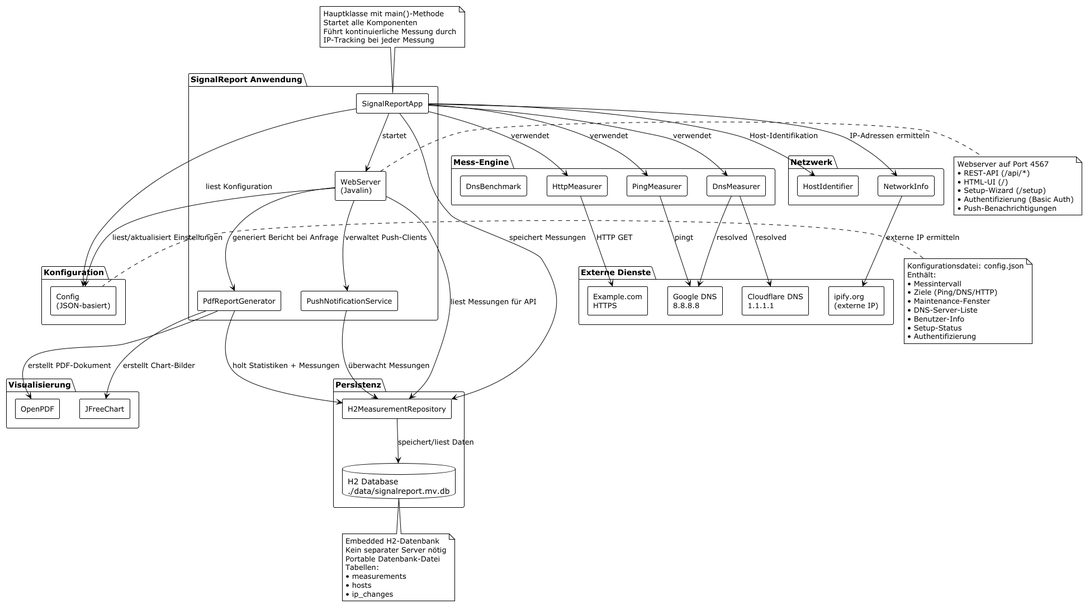
The PlantUML diagram docs/diagrams/component-diagram.png in matthili/SignalReport, before a commit. Its source is kept beside it as docs/diagrams/component-diagram.puml.
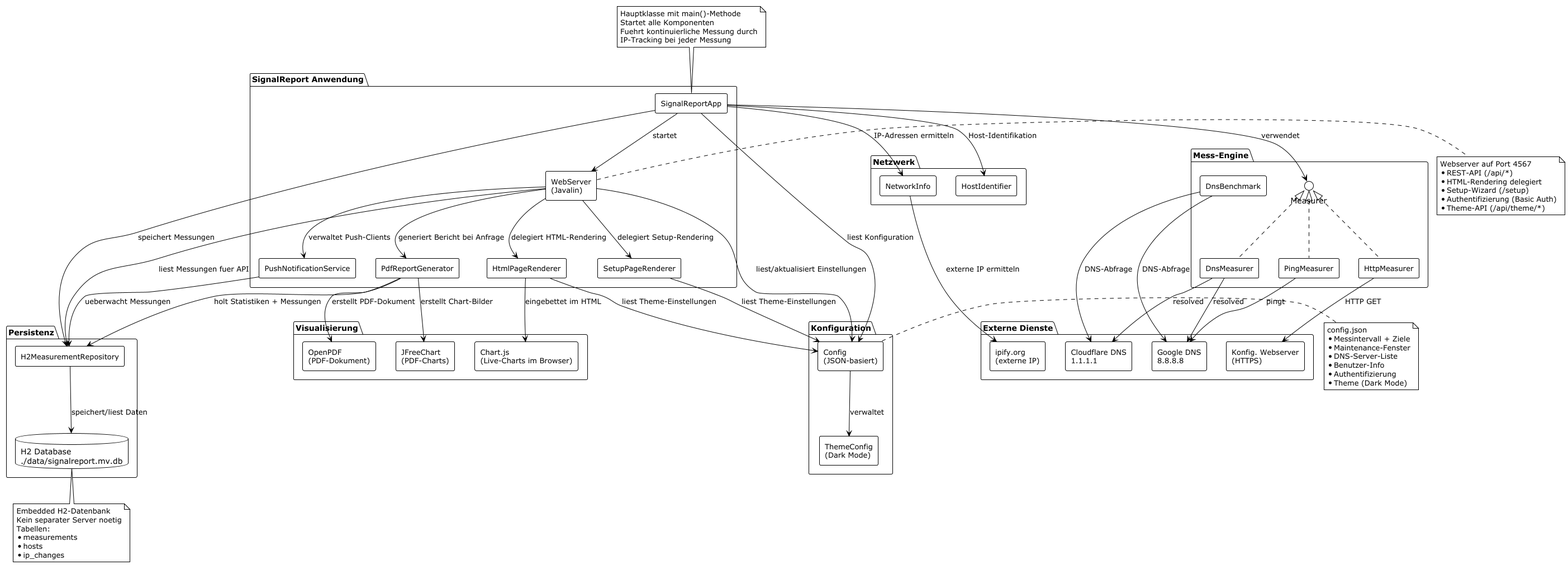
The same diagram one commit later.

What changed in the source:
```diff
@@ -6,6 +6,8 @@
 package "SignalReport Anwendung" {
   [SignalReportApp] as App
   [WebServer\n(Javalin)] as Web
+  [HtmlPageRenderer] as HtmlRenderer
+  [SetupPageRenderer] as SetupRenderer
   [PdfReportGenerator] as PDF
   [PushNotificationService] as Push
 }
@@ -15,6 +17,11 @@
   [DnsMeasurer] as DNS
   [HttpMeasurer] as HTTP
   [DnsBenchmark] as Benchmark
+
+  interface "Measurer" as IMeasurer
+  IMeasurer <|.. Ping
+  IMeasurer <|.. DNS
+  IMeasurer <|.. HTTP
 }
 
 package "Persistenz" {
@@ -24,6 +31,7 @@
 
 package "Konfiguration" {
   [Config\n(JSON-basiert)] as Config
+  [ThemeConfig\n(Dark Mode)] as Theme
 }
 
 package "Netzwerk" {
@@ -32,41 +40,50 @@
 }
 
 package "Visualisierung" {
-  [JFreeChart] as Chart
-  [OpenPDF] as OpenPDF
+  [JFreeChart\n(PDF-Charts)] as Chart
+  [OpenPDF\n(PDF-Dokument)] as OpenPDF
+  [Chart.js\n(Live-Charts im Browser)] as ChartJS
 }
 
 package "Externe Dienste" {
   [Google DNS\n8.8.8.8] as GoogleDNS
   [Cloudflare DNS\n1.1.1.1] as CloudflareDNS
-  [Example.com\nHTTPS] as Example
+  [Konfig. Webserver\n(HTTPS)] as WebTarget
   [ipify.org\n(externe IP)] as Ipify
 }
 
 App --> Web : startet
-App --> Ping : verwendet
-App --> DNS : verwendet
-App --> HTTP : verwendet
+App --> IMeasurer : verwendet
 App --> Repo : speichert Messungen
 App --> HostID : Host-Identifikation
 App --> NetInfo : IP-Adressen ermitteln
 App --> Config : liest Konfiguration
 
-Web --> Repo : liest Messungen für API
+Web --> HtmlRenderer : delegiert HTML-Rendering
+Web --> SetupRenderer : delegiert Setup-Rendering
+Web --> Repo : liest Messungen fuer API
 Web --> PDF : generiert Bericht bei Anfrage
 Web --> Push : verwaltet Push-Clients
 Web --> Config : liest/aktualisiert Einstellungen
+
+HtmlRenderer --> Config : liest Theme-Einstellungen
+HtmlRenderer --> ChartJS : eingebettet im HTML
+SetupRenderer --> Config : liest Theme-Einstellungen
+
+Config --> Theme : verwaltet
 
 PDF --> Repo : holt Statistiken + Messungen
 PDF --> Chart : erstellt Chart-Bilder
 PDF --> OpenPDF : erstellt PDF-Dokument
 
-Push --> Repo : überwacht Messungen
+Push --> Repo : ueberwacht Messungen
 
 Ping --> GoogleDNS : pingt
 DNS --> GoogleDNS : resolved
 DNS --> CloudflareDNS : resolved
-HTTP --> Example : HTTP GET
+HTTP --> WebTarget : HTTP GET
+Benchmark --> GoogleDNS : DNS-Abfrage
+Benchmark --> CloudflareDNS : DNS-Abfrage
 NetInfo --> Ipify : externe IP ermitteln
 
 Repo --> DB : speichert/liest Daten
@@ -74,38 +91,35 @@
 note top of App
   Hauptklasse mit main()-Methode
   Startet alle Komponenten
-  Führt kontinuierliche Messung durch
+  Fuehrt kontinuierliche Messung durch
   IP-Tracking bei jeder Messung
 end note
 
 note right of Web
   Webserver auf Port 4567
-  • REST-API (/api/*)
-  • HTML-UI (/)
-  • Setup-Wizard (/setup)
-  • Authentifizierung (Basic Auth)
-  • Push-Benachrichtigungen
+  * REST-API (/api/*)
+  * HTML-Rendering delegiert
+  * Setup-Wizard (/setup)
+  * Authentifizierung (Basic Auth)
+  * Theme-API (/api/theme/*)
 end note
 
 note bottom of DB
   Embedded H2-Datenbank
-  Kein separater Server nötig
-  Portable Datenbank-Datei
+  Kein separater Server noetig
   Tabellen:
-  • measurements
-  • hosts
-  • ip_changes
+  * measurements
+  * hosts
+  * ip_changes
 end note
 
 note left of Config
-  Konfigurationsdatei: config.json
-  Enthält:
-  • Messintervall
-  • Ziele (Ping/DNS/HTTP)
-  • Maintenance-Fenster
-  • DNS-Server-Liste
-  • Benutzer-Info
-  • Setup-Status
-  • Authentifizierung
+  config.json
+  * Messintervall + Ziele
+  * Maintenance-Fenster
+  * DNS-Server-Liste
+  * Benutzer-Info
+  * Authentifizierung
+  * Theme (Dark Mode)
 end note
 @enduml
```
